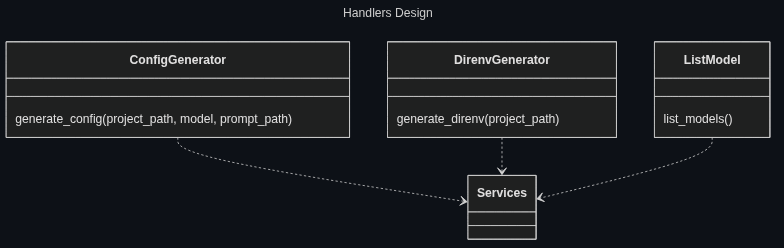
Oldranda1414/AutoDev keeps this Mermaid diagram as docs/assets/mermaid/handlers_design.png. Above is the earlier version. Its source is kept beside it as docs/assets/src/handlers_design.mmd.
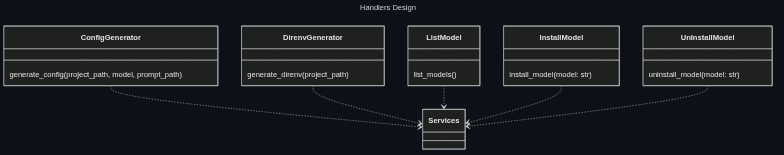
Later version of the same file.

The edit, as a diff of the source:
```diff
@@ -14,6 +14,16 @@
         list_models()
     }
 
+    class InstallModel {
+        install_model(model: str)
+    }
+
+    class UnInstallModel {
+        uninstall_model(model: str)
+    }
+
     ConfigGenerator ..> Services
     DirenvGenerator ..> Services
     ListModel ..> Services
+    InstallModel ..> Services
+    UnInstallModel ..> Services
```
